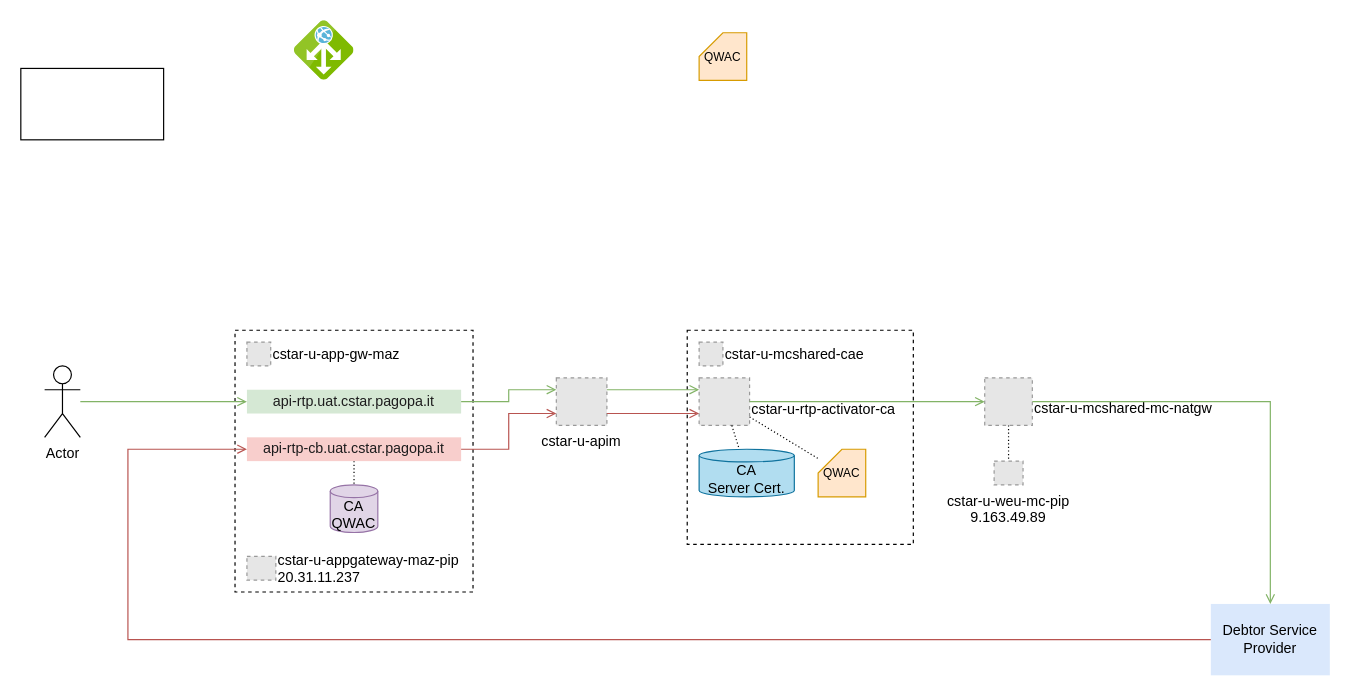
Before: diagrams/RTP-ext-networking.drawio in pagopa/rtp-docs, a draw.io diagram. Source tidied: cells renumbered, new cells numbered last; positions are measured from the earlier drawing's top-left corner, leaving out a move shared by most shapes. Both pictures are drawn from the tidied source at 119%, with x=0, y=0 at pixel (20, 20). Pictures stored in the file or linked from it are replaced by grey dashed boxes.
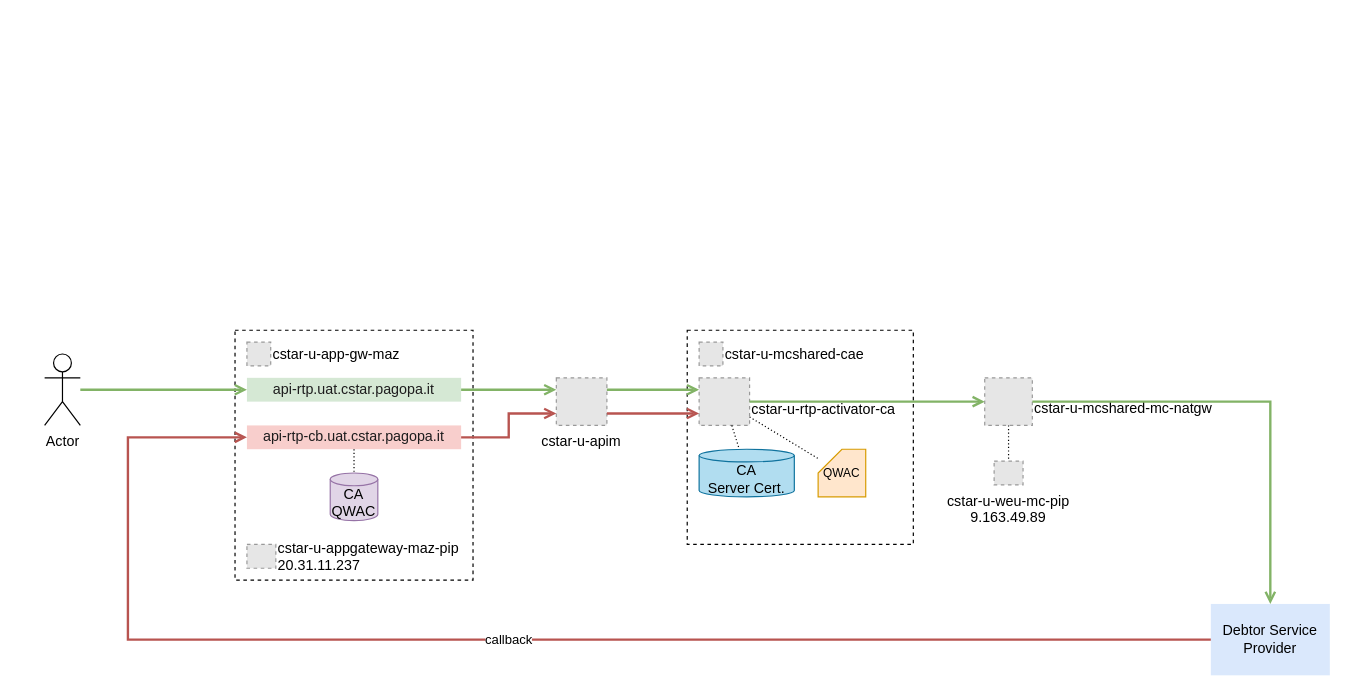
Above is the later version.

Unchanged cells that the change refers to:
```xml
<mxCell id="7" value="Debtor Service Provider" style="rounded=0;whiteSpace=wrap;html=1;fillColor=#dae8fc;strokeColor=none;" parent="1" vertex="1">
  <mxGeometry x="1000" y="490" width="100" height="60" as="geometry" />
</mxCell>
<mxCell id="14" value="cstar-u-apim" style="fillColor=#E6E6E6;strokeColor=#999999;dashed=1;verticalLabelPosition=bottom;labelBackgroundColor=default;verticalAlign=top;" parent="1" vertex="1">
  <mxGeometry x="450" y="300" width="42.5" height="40" as="geometry" />
</mxCell>
<mxCell id="15" value="cstar-u-mcshared-mc-natgw" style="fillColor=#E6E6E6;strokeColor=#999999;dashed=1;verticalLabelPosition=middle;labelBackgroundColor=default;verticalAlign=middle;labelPosition=right;align=left;spacingTop=10;" parent="1" vertex="1">
  <mxGeometry x="810" y="300" width="40" height="40" as="geometry" />
</mxCell>
<mxCell id="21" value="cstar-u-rtp-activator-ca" style="fillColor=#E6E6E6;strokeColor=#999999;dashed=1;verticalLabelPosition=middle;labelBackgroundColor=default;verticalAlign=middle;labelPosition=right;align=left;spacingTop=12;" parent="1" vertex="1">
  <mxGeometry x="570" y="300" width="42.4" height="40" as="geometry" />
</mxCell>
```

Change to the diagram source:
```diff
@@
     <mxCell id="3" style="rounded=0;whiteSpace=wrap;html=1;dashed=1;fillColor=none;" parent="1" vertex="1">
-      <mxGeometry x="180" y="260" width="200" height="220" as="geometry" />
+      <mxGeometry x="180" y="260" width="200" height="210" as="geometry" />
     </mxCell>
-    <mxCell id="4" style="image;sketch=0;html=1;align=center;fontSize=12;image=img/lib/mscae/Application_Gateway.svg;" parent="1" vertex="1">
-      <mxGeometry x="230" width="50" height="50" as="geometry" />
-    </mxCell>
     <mxCell id="5" value="&lt;span style=&quot;box-sizing: inherit; color: rgb(29, 28, 29); font-family: Slack-Lato, Slack-Fractions, appleLogo, sans-serif; font-variant-ligatures: common-ligatures; text-align: left;&quot;&gt;api-rtp.uat.cstar.pagopa.it&lt;/span&gt;" style="rounded=0;whiteSpace=wrap;html=1;fontStyle=0;fillColor=#d5e8d4;strokeColor=none;labelBackgroundColor=none;fontSize=12;" parent="1" vertex="1">
-      <mxGeometry x="190" y="310" width="180" height="20" as="geometry" />
+      <mxGeometry x="190" y="300" width="180" height="20" as="geometry" />
     </mxCell>
     <mxCell id="6" value="&lt;span style=&quot;box-sizing: inherit; color: rgb(29, 28, 29); font-family: Slack-Lato, Slack-Fractions, appleLogo, sans-serif; font-variant-ligatures: common-ligatures; text-align: left;&quot;&gt;api-rtp-cb.uat.cstar.pagopa.it&lt;/span&gt;" style="rounded=0;whiteSpace=wrap;html=1;fontStyle=0;labelPosition=center;verticalLabelPosition=middle;align=center;verticalAlign=middle;fillColor=#f8cecc;strokeColor=none;labelBackgroundColor=none;fontSize=12;" parent="1" vertex="1">
-      <mxGeometry x="190" y="350" width="180" height="20" as="geometry" />
+      <mxGeometry x="190" y="340" width="180" height="20" as="geometry" />
     </mxCell>
@@
-    <mxCell id="8" style="endArrow=open;html=1;rounded=0;exitX=0;exitY=0.5;exitDx=0;exitDy=0;fillColor=#f8cecc;strokeColor=#b85450;endFill=0;jumpStyle=arc;flowAnimation=0;entryX=0;entryY=0.5;entryDx=0;entryDy=0;edgeStyle=orthogonalEdgeStyle;" parent="1" edge="1" source="7" target="6">
+    <mxCell id="8" value="callback" style="endArrow=open;html=1;rounded=0;exitX=0;exitY=0.5;exitDx=0;exitDy=0;fillColor=#f8cecc;strokeColor=#b85450;endFill=0;jumpStyle=arc;flowAnimation=0;entryX=0;entryY=0.5;entryDx=0;entryDy=0;edgeStyle=orthogonalEdgeStyle;strokeWidth=2;" parent="1" edge="1" source="7" target="6">
       <mxGeometry relative="1" as="geometry">
         <Array as="points">
           <mxPoint x="90" y="520" />
-          <mxPoint x="90" y="360" />
+          <mxPoint x="90" y="350" />
         </Array>
       </mxGeometry>
     </mxCell>
-    <mxCell id="9" style="endArrow=open;html=1;rounded=0;exitX=1;exitY=0.5;exitDx=0;exitDy=0;entryX=0;entryY=0.25;entryDx=0;entryDy=0;fillColor=#d5e8d4;strokeColor=#82b366;endFill=0;jumpStyle=arc;flowAnimation=0;edgeStyle=orthogonalEdgeStyle;" parent="1" edge="1" source="5" target="14">
+    <mxCell id="9" style="endArrow=open;html=1;rounded=0;exitX=1;exitY=0.5;exitDx=0;exitDy=0;entryX=0;entryY=0.25;entryDx=0;entryDy=0;fillColor=#d5e8d4;strokeColor=#82b366;endFill=0;jumpStyle=arc;flowAnimation=0;edgeStyle=orthogonalEdgeStyle;strokeWidth=2;" parent="1" edge="1" source="5" target="14">
       <mxGeometry relative="1" as="geometry" />
     </mxCell>
@@
     <mxCell id="11" value="CA&lt;div&gt;QWAC&lt;/div&gt;" style="shape=cylinder3;whiteSpace=wrap;html=1;boundedLbl=1;backgroundOutline=1;size=5.333333333333314;fillColor=#e1d5e7;strokeColor=#9673a6;fontSize=12;" parent="1" vertex="1">
-      <mxGeometry x="260" y="390" width="40" height="40" as="geometry" />
+      <mxGeometry x="260" y="380" width="40" height="40" as="geometry" />
     </mxCell>
-    <mxCell id="12" style="rounded=0;whiteSpace=wrap;html=1;" parent="1" vertex="1">
-      <mxGeometry y="40" width="120" height="60" as="geometry" />
-    </mxCell>
-    <mxCell id="13" value="QWAC" style="shape=card;whiteSpace=wrap;html=1;fillColor=#ffe6cc;strokeColor=#d79b00;fontSize=10;size=20;" parent="1" vertex="1">
-      <mxGeometry x="570" y="10" width="40" height="40" as="geometry" />
-    </mxCell>
@@
     <mxCell id="16" value="cstar-u-appgateway-maz-pip&#10;20.31.11.237" style="fillColor=#E6E6E6;strokeColor=#999999;dashed=1;verticalLabelPosition=middle;labelBackgroundColor=default;verticalAlign=middle;spacingTop=0;labelPosition=right;align=left;" parent="1" vertex="1">
-      <mxGeometry x="190" y="450" width="24.3" height="20" as="geometry" />
+      <mxGeometry x="190" y="440" width="24.3" height="20" as="geometry" />
     </mxCell>
@@
-    <mxCell id="22" style="endArrow=open;html=1;rounded=0;exitX=1;exitY=0.25;exitDx=0;exitDy=0;entryX=0;entryY=0.25;entryDx=0;entryDy=0;fillColor=#d5e8d4;strokeColor=#82b366;endFill=0;jumpStyle=arc;flowAnimation=0;" parent="1" edge="1" source="14" target="21">
+    <mxCell id="22" style="endArrow=open;html=1;rounded=0;exitX=1;exitY=0.25;exitDx=0;exitDy=0;entryX=0;entryY=0.25;entryDx=0;entryDy=0;fillColor=#d5e8d4;strokeColor=#82b366;endFill=0;jumpStyle=arc;flowAnimation=0;strokeWidth=2;" parent="1" edge="1" source="14" target="21">
       <mxGeometry relative="1" as="geometry" />
     </mxCell>
@@
-    <mxCell id="26" style="endArrow=open;html=1;rounded=0;exitX=1;exitY=0.5;exitDx=0;exitDy=0;entryX=0;entryY=0.5;entryDx=0;entryDy=0;fillColor=#d5e8d4;strokeColor=#82b366;endFill=0;jumpStyle=arc;flowAnimation=0;" parent="1" edge="1" source="21" target="15">
+    <mxCell id="26" style="endArrow=open;html=1;rounded=0;exitX=1;exitY=0.5;exitDx=0;exitDy=0;entryX=0;entryY=0.5;entryDx=0;entryDy=0;fillColor=#d5e8d4;strokeColor=#82b366;endFill=0;jumpStyle=arc;flowAnimation=0;strokeWidth=2;" parent="1" edge="1" source="21" target="15">
       <mxGeometry relative="1" as="geometry" />
     </mxCell>
-    <mxCell id="27" style="endArrow=open;html=1;rounded=0;entryX=0;entryY=0.5;entryDx=0;entryDy=0;fillColor=#d5e8d4;strokeColor=#82b366;endFill=0;jumpStyle=arc;flowAnimation=0;edgeStyle=orthogonalEdgeStyle;" parent="1" edge="1" source="31" target="5">
+    <mxCell id="27" style="endArrow=open;html=1;rounded=0;entryX=0;entryY=0.5;entryDx=0;entryDy=0;fillColor=#d5e8d4;strokeColor=#82b366;endFill=0;jumpStyle=arc;flowAnimation=0;edgeStyle=orthogonalEdgeStyle;strokeWidth=2;" parent="1" edge="1" source="31" target="5">
       <mxGeometry relative="1" as="geometry" />
     </mxCell>
-    <mxCell id="28" style="endArrow=open;html=1;rounded=0;fillColor=#d5e8d4;strokeColor=#82b366;endFill=0;jumpStyle=arc;flowAnimation=0;entryX=0.5;entryY=0;entryDx=0;entryDy=0;edgeStyle=orthogonalEdgeStyle;exitX=1;exitY=0.5;exitDx=0;exitDy=0;" parent="1" edge="1" source="15" target="7">
+    <mxCell id="28" style="endArrow=open;html=1;rounded=0;fillColor=#d5e8d4;strokeColor=#82b366;endFill=0;jumpStyle=arc;flowAnimation=0;entryX=0.5;entryY=0;entryDx=0;entryDy=0;edgeStyle=orthogonalEdgeStyle;exitX=1;exitY=0.5;exitDx=0;exitDy=0;strokeWidth=2;" parent="1" edge="1" source="15" target="7">
       <mxGeometry relative="1" as="geometry" />
     </mxCell>
-    <mxCell id="29" style="endArrow=open;html=1;rounded=0;entryX=0;entryY=0.75;entryDx=0;entryDy=0;fillColor=#f8cecc;strokeColor=#b85450;endFill=0;jumpStyle=arc;flowAnimation=0;exitX=1;exitY=0.5;exitDx=0;exitDy=0;edgeStyle=orthogonalEdgeStyle;" parent="1" edge="1" source="6" target="14">
+    <mxCell id="29" style="endArrow=open;html=1;rounded=0;entryX=0;entryY=0.75;entryDx=0;entryDy=0;fillColor=#f8cecc;strokeColor=#b85450;endFill=0;jumpStyle=arc;flowAnimation=0;exitX=1;exitY=0.5;exitDx=0;exitDy=0;edgeStyle=orthogonalEdgeStyle;strokeWidth=2;" parent="1" edge="1" source="6" target="14">
       <mxGeometry relative="1" as="geometry" />
     </mxCell>
-    <mxCell id="30" style="endArrow=open;html=1;rounded=0;exitX=1;exitY=0.75;exitDx=0;exitDy=0;entryX=0;entryY=0.75;entryDx=0;entryDy=0;fillColor=#f8cecc;strokeColor=#b85450;endFill=0;jumpStyle=arc;flowAnimation=0;" parent="1" edge="1" source="14" target="21">
+    <mxCell id="30" style="endArrow=open;html=1;rounded=0;exitX=1;exitY=0.75;exitDx=0;exitDy=0;entryX=0;entryY=0.75;entryDx=0;entryDy=0;fillColor=#f8cecc;strokeColor=#b85450;endFill=0;jumpStyle=arc;flowAnimation=0;strokeWidth=2;" parent="1" edge="1" source="14" target="21">
       <mxGeometry relative="1" as="geometry" />
     </mxCell>
     <mxCell id="31" value="Actor" style="shape=umlActor;verticalLabelPosition=bottom;verticalAlign=top;html=1;outlineConnect=0;" parent="1" vertex="1">
-      <mxGeometry x="20" y="290" width="30" height="60" as="geometry" />
+      <mxGeometry x="20" y="280" width="30" height="60" as="geometry" />
     </mxCell>
```
